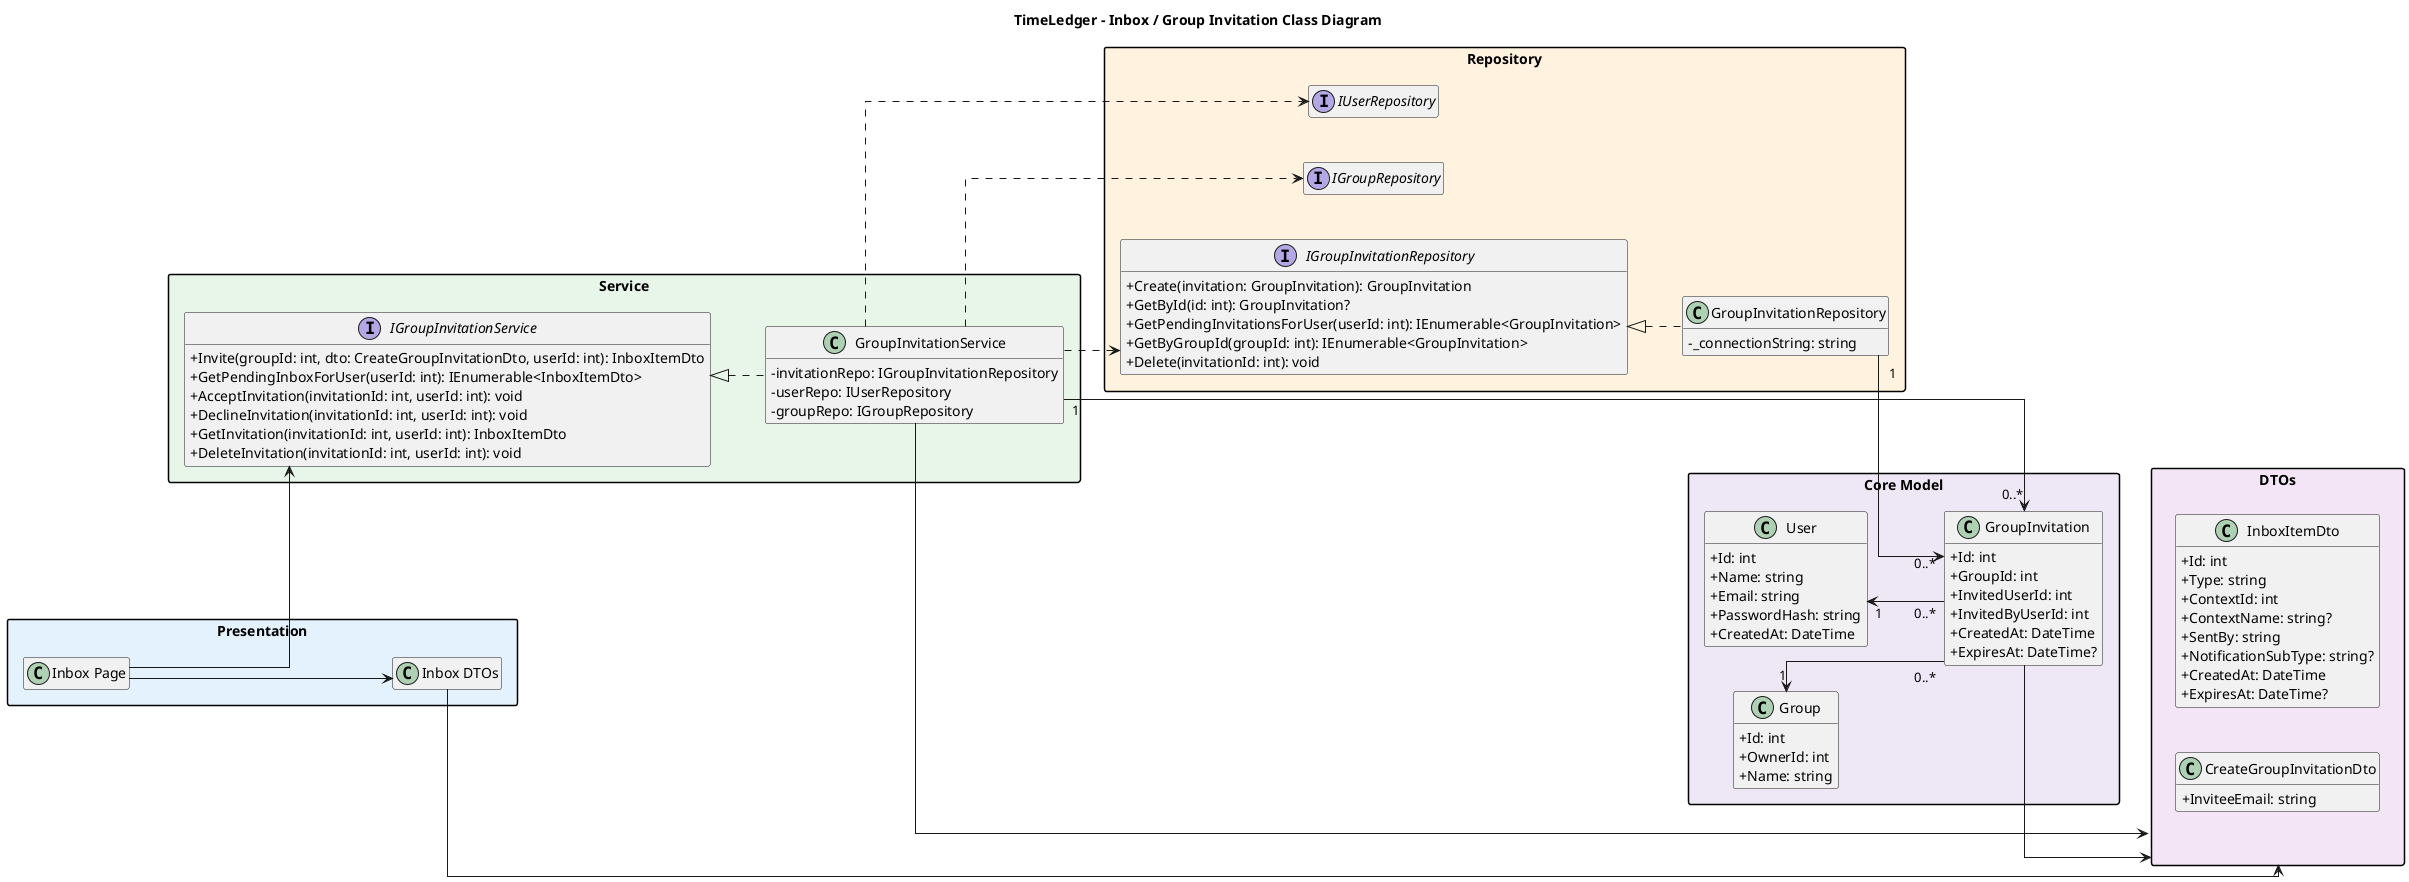
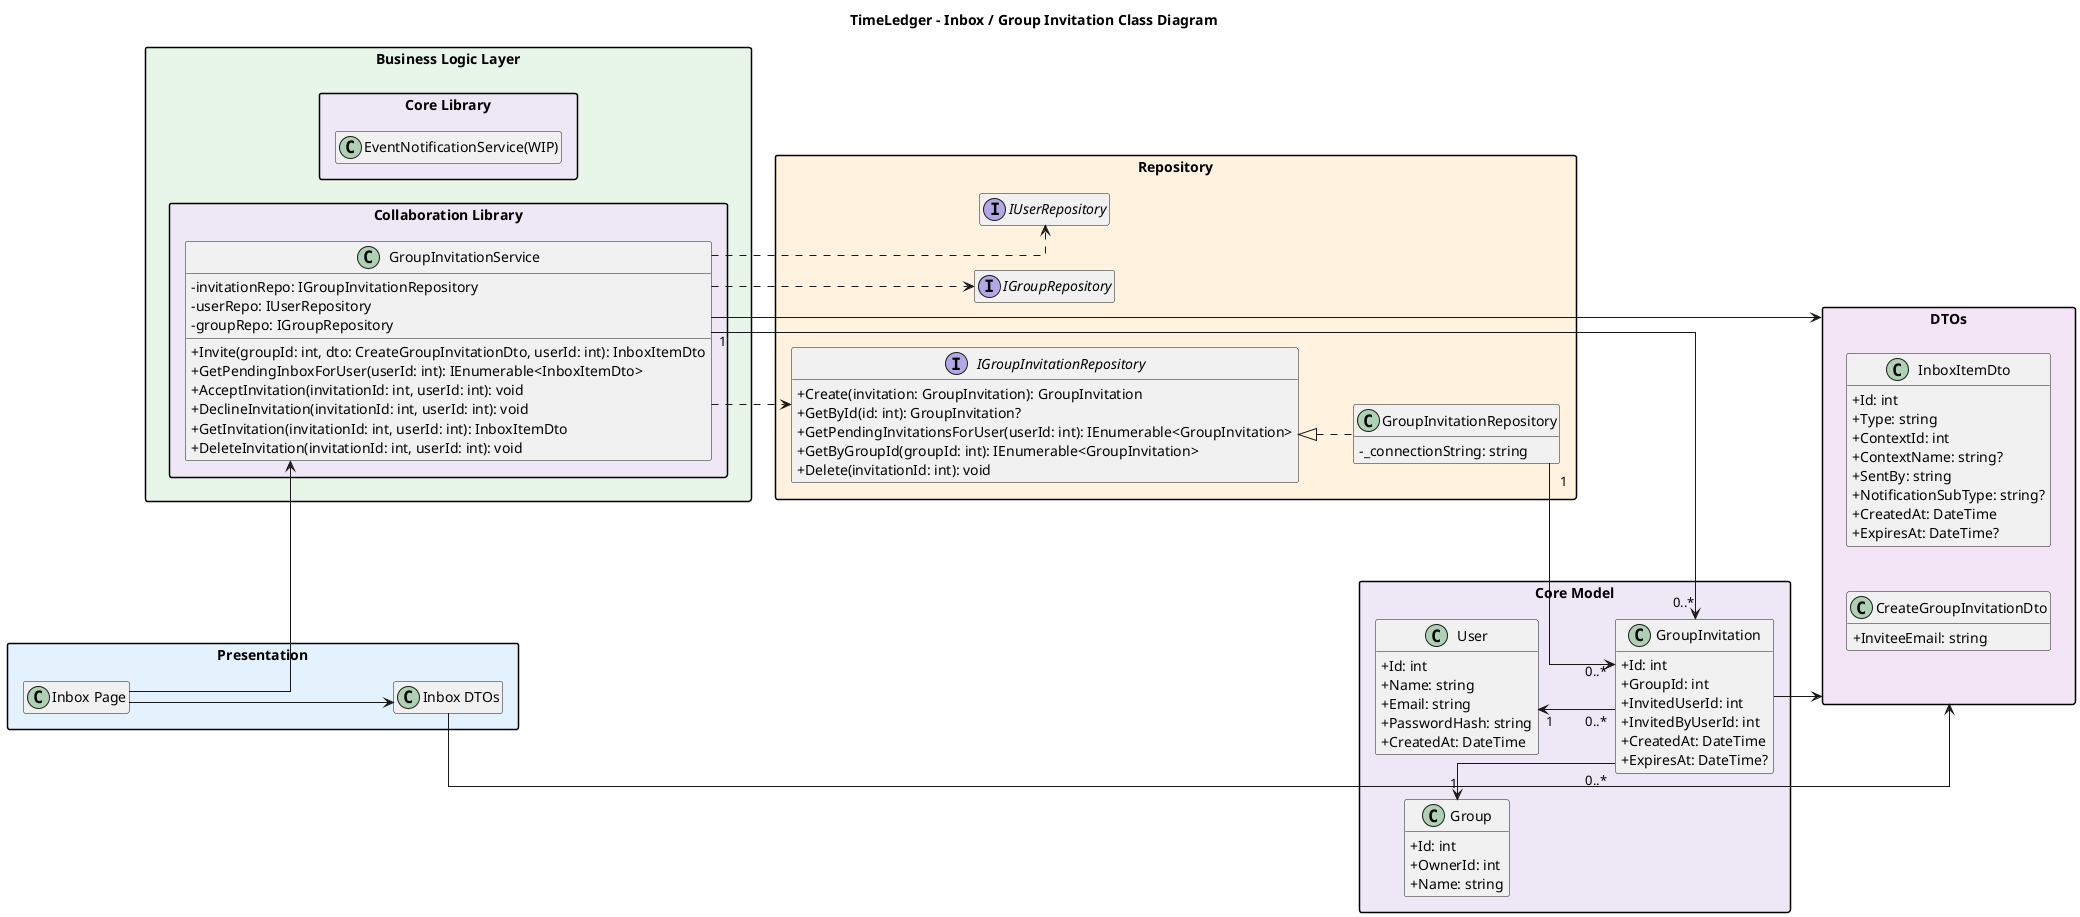
﻿@startuml
left to right direction
skinparam classAttributeIconSize 0
skinparam packageStyle rectangle
skinparam linetype ortho
skinparam nodesep 45
skinparam ranksep 55
hide empty members

title TimeLedger - Inbox / Group Invitation Class Diagram

package "Presentation" #E3F2FD {
  class "Inbox Page" as InboxPage
  class "Inbox DTOs" as InboxDTOs
}

- package "Service" #E8F5E9 {
-   interface IGroupInvitationService {
- 	+ Invite(groupId: int, dto: CreateGroupInvitationDto, userId: int): InboxItemDto
- 	+ GetPendingInboxForUser(userId: int): IEnumerable<InboxItemDto>
- 	+ AcceptInvitation(invitationId: int, userId: int): void
- 	+ DeclineInvitation(invitationId: int, userId: int): void
- 	+ GetInvitation(invitationId: int, userId: int): InboxItemDto
- 	+ DeleteInvitation(invitationId: int, userId: int): void
-   }
+ package "Business Logic Layer" #E8F5E9 {
+ package "Core Library" #EDE7F6 {
+ class EventNotificationService(WIP) {}
+ }
+ package "Collaboration Library" #EDE7F6{

  class GroupInvitationService {
	- invitationRepo: IGroupInvitationRepository
	- userRepo: IUserRepository
	- groupRepo: IGroupRepository
+ 	+ Invite(groupId: int, dto: CreateGroupInvitationDto, userId: int): InboxItemDto
+     	+ GetPendingInboxForUser(userId: int): IEnumerable<InboxItemDto>
+     	+ AcceptInvitation(invitationId: int, userId: int): void
+     	+ DeclineInvitation(invitationId: int, userId: int): void
+     	+ GetInvitation(invitationId: int, userId: int): InboxItemDto
+     	+ DeleteInvitation(invitationId: int, userId: int): void

  }
}
- 
+ }
package "Core Model" #EDE7F6 {
  class GroupInvitation {
	+ Id: int
	+ GroupId: int
	+ InvitedUserId: int
	+ InvitedByUserId: int
	+ CreatedAt: DateTime
	+ ExpiresAt: DateTime?
  }

  class User {
	+ Id: int
	+ Name: string
	+ Email: string
	+ PasswordHash: string
	+ CreatedAt: DateTime
  }

  class Group {
	+ Id: int
	+ OwnerId: int
	+ Name: string
  }
}

package "DTOs" #F3E5F5 {
  class InboxItemDto {
	+ Id: int
	+ Type: string
	+ ContextId: int
	+ ContextName: string?
	+ SentBy: string
	+ NotificationSubType: string?
	+ CreatedAt: DateTime
	+ ExpiresAt: DateTime?
  }

  class CreateGroupInvitationDto {
	+ InviteeEmail: string
  }
}

package "Repository" #FFF3E0 {


  interface IUserRepository
  interface IGroupRepository

  interface IGroupInvitationRepository {
  	+ Create(invitation: GroupInvitation): GroupInvitation
  	+ GetById(id: int): GroupInvitation?
  	+ GetPendingInvitationsForUser(userId: int): IEnumerable<GroupInvitation>
  	+ GetByGroupId(groupId: int): IEnumerable<GroupInvitation>
  	+ Delete(invitationId: int): void
    }

  class GroupInvitationRepository {
	- _connectionString: string

  }
}

- InboxPage --> IGroupInvitationService
+ InboxPage --> GroupInvitationService
InboxPage --> InboxDTOs
InboxDTOs --> DTOs
- IGroupInvitationService <|.. GroupInvitationService
+ 
IGroupInvitationRepository <|.. GroupInvitationRepository
GroupInvitationService ..> IGroupInvitationRepository
GroupInvitationService ..> IUserRepository
GroupInvitationService ..> IGroupRepository
GroupInvitationService --> DTOs
GroupInvitationService "1" --> "0..*" GroupInvitation
GroupInvitationRepository "1" --> "0..*" GroupInvitation

User "1" <-- "0..*" GroupInvitation
Group "1" <-- "0..*" GroupInvitation
GroupInvitation -->  DTOs



@enduml